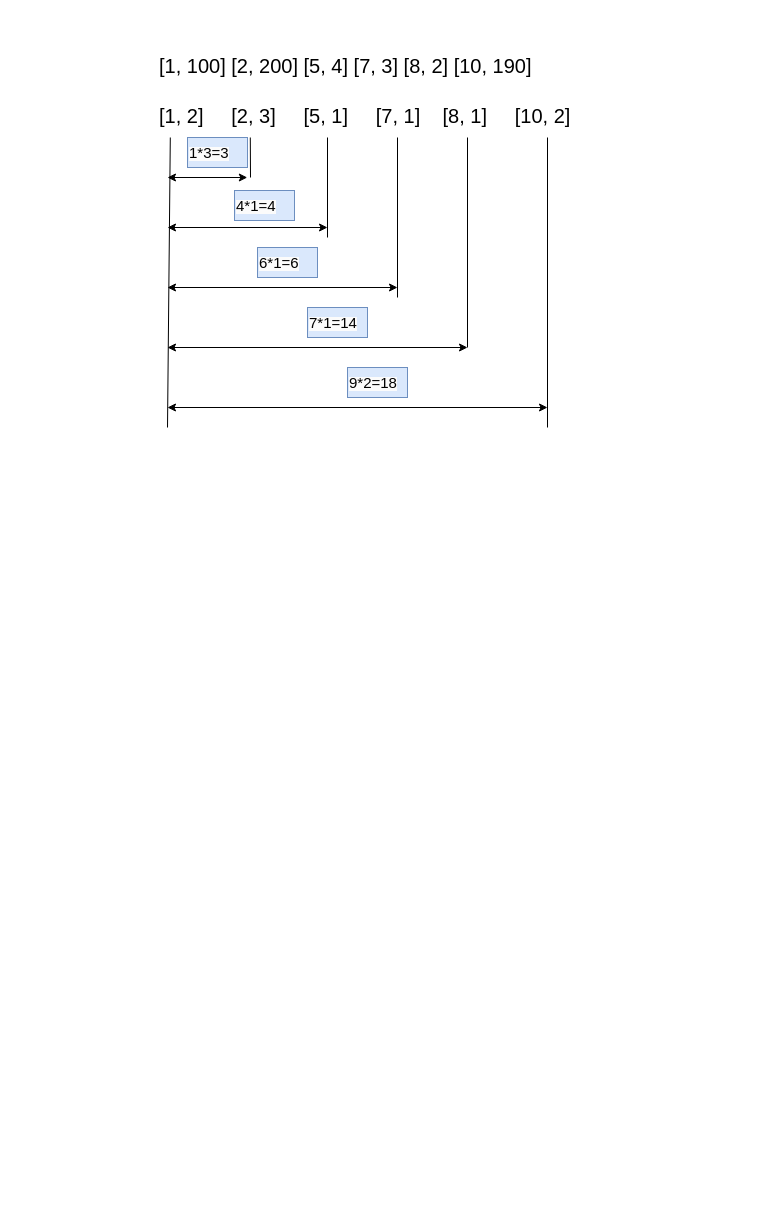
This is 27/32 (медкомпания биоматериал)/Диаграмма без названия.drawio from nesrv/EGE-2024, a draw.io file, before an edit. Source tidied: cells renumbered, new cells numbered last; positions are measured from the earlier drawing's top-left corner, leaving out a move shared by most shapes. Both pictures are drawn from the tidied source at 100%, with x=0, y=0 at pixel (157, 47).
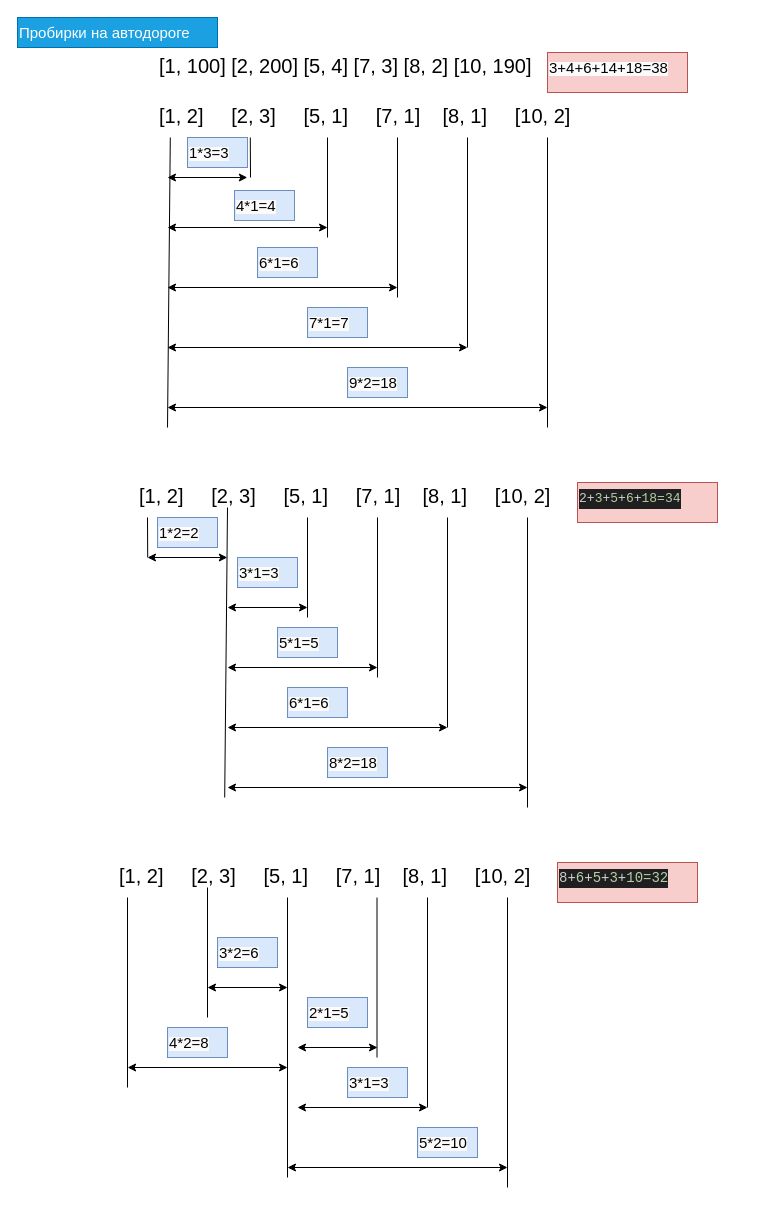
Above is the later version.

Diff of the diagram source:
```diff
@@
-    <mxCell id="18" value="&lt;span style=&quot;color: rgb(0, 0, 0); font-family: Helvetica; font-style: normal; font-variant-ligatures: normal; font-variant-caps: normal; font-weight: 400; letter-spacing: normal; orphans: 2; text-align: left; text-indent: 0px; text-transform: none; widows: 2; word-spacing: 0px; -webkit-text-stroke-width: 0px; background-color: rgb(251, 251, 251); text-decoration-thickness: initial; text-decoration-style: initial; text-decoration-color: initial; float: none; display: inline !important;&quot;&gt;&lt;font style=&quot;font-size: 15px;&quot;&gt;7*1=14&lt;/font&gt;&lt;/span&gt;" style="text;whiteSpace=wrap;html=1;fillColor=#dae8fc;strokeColor=#6c8ebf;" parent="1" vertex="1">
+    <mxCell id="18" value="&lt;span style=&quot;color: rgb(0, 0, 0); font-family: Helvetica; font-style: normal; font-variant-ligatures: normal; font-variant-caps: normal; font-weight: 400; letter-spacing: normal; orphans: 2; text-align: left; text-indent: 0px; text-transform: none; widows: 2; word-spacing: 0px; -webkit-text-stroke-width: 0px; background-color: rgb(251, 251, 251); text-decoration-thickness: initial; text-decoration-style: initial; text-decoration-color: initial; float: none; display: inline !important;&quot;&gt;&lt;font style=&quot;font-size: 15px;&quot;&gt;7*1=7&lt;/font&gt;&lt;/span&gt;" style="text;whiteSpace=wrap;html=1;fillColor=#dae8fc;strokeColor=#6c8ebf;" parent="1" vertex="1">
       <mxGeometry x="150" y="260" width="60" height="30" as="geometry" />
     </mxCell>
@@
+    <mxCell id="20" value="&lt;span style=&quot;color: rgb(0, 0, 0); font-family: Helvetica; font-style: normal; font-variant-ligatures: normal; font-variant-caps: normal; font-weight: 400; letter-spacing: normal; orphans: 2; text-align: left; text-indent: 0px; text-transform: none; widows: 2; word-spacing: 0px; -webkit-text-stroke-width: 0px; background-color: rgb(251, 251, 251); text-decoration-thickness: initial; text-decoration-style: initial; text-decoration-color: initial; float: none; display: inline !important;&quot;&gt;&lt;font style=&quot;font-size: 15px;&quot;&gt;3+4+6+14+18=38&lt;/font&gt;&lt;/span&gt;" style="text;whiteSpace=wrap;html=1;fillColor=#f8cecc;strokeColor=#b85450;" parent="1" vertex="1">
+      <mxGeometry x="390" y="5" width="140" height="40" as="geometry" />
+    </mxCell>
+    <mxCell id="21" value="[1, 2]     [2, 3]     [5, 1]     [7, 1]    [8, 1]     [10, 2]" style="text;whiteSpace=wrap;fontSize=20;" parent="1" vertex="1">
+      <mxGeometry x="-20" y="430" width="600" height="50" as="geometry" />
+    </mxCell>
+    <mxCell id="22" style="endArrow=classic;startArrow=classic;html=1;rounded=0;exitX=0.017;exitY=1.04;exitDx=0;exitDy=0;exitPerimeter=0;" parent="1" edge="1">
+      <mxGeometry relative="1" as="geometry">
+        <mxPoint x="-10" y="510" as="sourcePoint" />
+        <mxPoint x="69.8" y="510" as="targetPoint" />
+      </mxGeometry>
+    </mxCell>
+    <mxCell id="23" style="endArrow=none;html=1;rounded=0;entryX=0.038;entryY=1.08;entryDx=0;entryDy=0;entryPerimeter=0;" parent="1" edge="1">
+      <mxGeometry relative="1" as="geometry">
+        <mxPoint x="67.2" y="750" as="sourcePoint" />
+        <mxPoint x="70" y="460" as="targetPoint" />
+      </mxGeometry>
+    </mxCell>
+    <mxCell id="24" style="endArrow=none;html=1;rounded=0;entryX=0.038;entryY=1.08;entryDx=0;entryDy=0;entryPerimeter=0;" parent="1" edge="1">
+      <mxGeometry relative="1" as="geometry">
+        <mxPoint x="-9.8" y="510" as="sourcePoint" />
+        <mxPoint x="-10" y="470" as="targetPoint" />
+      </mxGeometry>
+    </mxCell>
+    <mxCell id="25" style="endArrow=none;html=1;rounded=0;entryX=0.038;entryY=1.08;entryDx=0;entryDy=0;entryPerimeter=0;" parent="1" edge="1">
+      <mxGeometry relative="1" as="geometry">
+        <mxPoint x="150" y="570" as="sourcePoint" />
+        <mxPoint x="150" y="470" as="targetPoint" />
+      </mxGeometry>
+    </mxCell>
+    <mxCell id="26" style="endArrow=none;html=1;rounded=0;entryX=0.038;entryY=1.08;entryDx=0;entryDy=0;entryPerimeter=0;" parent="1" edge="1">
+      <mxGeometry relative="1" as="geometry">
+        <mxPoint x="220" y="630" as="sourcePoint" />
+        <mxPoint x="220" y="470" as="targetPoint" />
+      </mxGeometry>
+    </mxCell>
+    <mxCell id="27" style="endArrow=none;html=1;rounded=0;entryX=0.038;entryY=1.08;entryDx=0;entryDy=0;entryPerimeter=0;" parent="1" edge="1">
+      <mxGeometry relative="1" as="geometry">
+        <mxPoint x="290" y="680" as="sourcePoint" />
+        <mxPoint x="290" y="470" as="targetPoint" />
+      </mxGeometry>
+    </mxCell>
+    <mxCell id="28" style="endArrow=none;html=1;rounded=0;entryX=0.038;entryY=1.08;entryDx=0;entryDy=0;entryPerimeter=0;" parent="1" edge="1">
+      <mxGeometry relative="1" as="geometry">
+        <mxPoint x="370" y="760" as="sourcePoint" />
+        <mxPoint x="370" y="470" as="targetPoint" />
+      </mxGeometry>
+    </mxCell>
+    <mxCell id="29" style="endArrow=classic;startArrow=classic;html=1;rounded=0;" parent="1" edge="1">
+      <mxGeometry relative="1" as="geometry">
+        <mxPoint x="70" y="560" as="sourcePoint" />
+        <mxPoint x="150" y="560" as="targetPoint" />
+      </mxGeometry>
+    </mxCell>
+    <mxCell id="30" style="endArrow=classic;startArrow=classic;html=1;rounded=0;" parent="1" edge="1">
+      <mxGeometry relative="1" as="geometry">
+        <mxPoint x="70" y="620" as="sourcePoint" />
+        <mxPoint x="220" y="620" as="targetPoint" />
+      </mxGeometry>
+    </mxCell>
+    <mxCell id="31" style="endArrow=classic;startArrow=classic;html=1;rounded=0;" parent="1" edge="1">
+      <mxGeometry relative="1" as="geometry">
+        <mxPoint x="70" y="680" as="sourcePoint" />
+        <mxPoint x="290" y="680" as="targetPoint" />
+      </mxGeometry>
+    </mxCell>
+    <mxCell id="32" style="endArrow=classic;startArrow=classic;html=1;rounded=0;" parent="1" edge="1">
+      <mxGeometry relative="1" as="geometry">
+        <mxPoint x="70" y="740" as="sourcePoint" />
+        <mxPoint x="370" y="740" as="targetPoint" />
+      </mxGeometry>
+    </mxCell>
+    <mxCell id="33" value="&lt;span style=&quot;color: rgb(0, 0, 0); font-family: Helvetica; font-style: normal; font-variant-ligatures: normal; font-variant-caps: normal; font-weight: 400; letter-spacing: normal; orphans: 2; text-align: left; text-indent: 0px; text-transform: none; widows: 2; word-spacing: 0px; -webkit-text-stroke-width: 0px; background-color: rgb(251, 251, 251); text-decoration-thickness: initial; text-decoration-style: initial; text-decoration-color: initial; float: none; display: inline !important;&quot;&gt;&lt;font style=&quot;font-size: 15px;&quot;&gt;1*2=2&lt;/font&gt;&lt;/span&gt;" style="text;whiteSpace=wrap;html=1;fillColor=#dae8fc;strokeColor=#6c8ebf;" parent="1" vertex="1">
+      <mxGeometry y="470" width="60" height="30" as="geometry" />
+    </mxCell>
+    <mxCell id="34" value="&lt;span style=&quot;color: rgb(0, 0, 0); font-family: Helvetica; font-style: normal; font-variant-ligatures: normal; font-variant-caps: normal; font-weight: 400; letter-spacing: normal; orphans: 2; text-align: left; text-indent: 0px; text-transform: none; widows: 2; word-spacing: 0px; -webkit-text-stroke-width: 0px; background-color: rgb(251, 251, 251); text-decoration-thickness: initial; text-decoration-style: initial; text-decoration-color: initial; float: none; display: inline !important;&quot;&gt;&lt;font style=&quot;font-size: 15px;&quot;&gt;5*1=5&lt;/font&gt;&lt;/span&gt;" style="text;whiteSpace=wrap;html=1;fillColor=#dae8fc;strokeColor=#6c8ebf;" parent="1" vertex="1">
+      <mxGeometry x="120" y="580" width="60" height="30" as="geometry" />
+    </mxCell>
+    <mxCell id="35" value="&lt;span style=&quot;color: rgb(0, 0, 0); font-family: Helvetica; font-style: normal; font-variant-ligatures: normal; font-variant-caps: normal; font-weight: 400; letter-spacing: normal; orphans: 2; text-align: left; text-indent: 0px; text-transform: none; widows: 2; word-spacing: 0px; -webkit-text-stroke-width: 0px; background-color: rgb(251, 251, 251); text-decoration-thickness: initial; text-decoration-style: initial; text-decoration-color: initial; float: none; display: inline !important;&quot;&gt;&lt;font style=&quot;font-size: 15px;&quot;&gt;3*1=3&lt;/font&gt;&lt;/span&gt;" style="text;whiteSpace=wrap;html=1;fillColor=#dae8fc;strokeColor=#6c8ebf;" parent="1" vertex="1">
+      <mxGeometry x="80" y="510" width="60" height="30" as="geometry" />
+    </mxCell>
+    <mxCell id="36" value="&lt;span style=&quot;color: rgb(0, 0, 0); font-family: Helvetica; font-style: normal; font-variant-ligatures: normal; font-variant-caps: normal; font-weight: 400; letter-spacing: normal; orphans: 2; text-align: left; text-indent: 0px; text-transform: none; widows: 2; word-spacing: 0px; -webkit-text-stroke-width: 0px; background-color: rgb(251, 251, 251); text-decoration-thickness: initial; text-decoration-style: initial; text-decoration-color: initial; float: none; display: inline !important;&quot;&gt;&lt;font style=&quot;font-size: 15px;&quot;&gt;6*1=6&lt;/font&gt;&lt;/span&gt;" style="text;whiteSpace=wrap;html=1;fillColor=#dae8fc;strokeColor=#6c8ebf;" parent="1" vertex="1">
+      <mxGeometry x="130" y="640" width="60" height="30" as="geometry" />
+    </mxCell>
+    <mxCell id="37" value="&lt;span style=&quot;color: rgb(0, 0, 0); font-family: Helvetica; font-style: normal; font-variant-ligatures: normal; font-variant-caps: normal; font-weight: 400; letter-spacing: normal; orphans: 2; text-align: left; text-indent: 0px; text-transform: none; widows: 2; word-spacing: 0px; -webkit-text-stroke-width: 0px; background-color: rgb(251, 251, 251); text-decoration-thickness: initial; text-decoration-style: initial; text-decoration-color: initial; float: none; display: inline !important;&quot;&gt;&lt;font style=&quot;font-size: 15px;&quot;&gt;8*2=18&lt;/font&gt;&lt;/span&gt;" style="text;whiteSpace=wrap;html=1;fillColor=#dae8fc;strokeColor=#6c8ebf;" parent="1" vertex="1">
+      <mxGeometry x="170" y="700" width="60" height="30" as="geometry" />
+    </mxCell>
+    <mxCell id="38" value="&lt;div style=&quot;color: rgb(204, 204, 204); background-color: rgb(31, 31, 31); font-family: Consolas, &amp;quot;Courier New&amp;quot;, monospace; line-height: 19px;&quot;&gt;&lt;span style=&quot;font-size: 13px;&quot;&gt;2&lt;span style=&quot;color: #d4d4d4;&quot;&gt;+&lt;/span&gt;&lt;span style=&quot;color: #b5cea8;&quot;&gt;3&lt;/span&gt;&lt;span style=&quot;color: #d4d4d4;&quot;&gt;+&lt;/span&gt;&lt;span style=&quot;color: #b5cea8;&quot;&gt;5&lt;/span&gt;&lt;span style=&quot;color: #d4d4d4;&quot;&gt;+&lt;/span&gt;&lt;span style=&quot;color: #b5cea8;&quot;&gt;6&lt;/span&gt;&lt;span style=&quot;color: #d4d4d4;&quot;&gt;+&lt;/span&gt;&lt;span style=&quot;color: #b5cea8;&quot;&gt;18=34&lt;/span&gt;&lt;/span&gt;&lt;/div&gt;" style="text;whiteSpace=wrap;html=1;fillColor=#f8cecc;strokeColor=#b85450;" parent="1" vertex="1">
+      <mxGeometry x="420" y="435" width="140" height="40" as="geometry" />
+    </mxCell>
+    <mxCell id="39" value="&lt;span style=&quot;font-size: 15px;&quot;&gt;Пробирки на автодороге&lt;/span&gt;" style="text;whiteSpace=wrap;html=1;fillColor=#1ba1e2;strokeColor=#006EAF;fontColor=#ffffff;" parent="1" vertex="1">
+      <mxGeometry x="-140" y="-30" width="200" height="30" as="geometry" />
+    </mxCell>
+    <mxCell id="40" value="[1, 2]     [2, 3]     [5, 1]     [7, 1]    [8, 1]     [10, 2]" style="text;whiteSpace=wrap;fontSize=20;" parent="1" vertex="1">
+      <mxGeometry x="-40" y="810" width="600" height="50" as="geometry" />
+    </mxCell>
+    <mxCell id="41" style="endArrow=classic;startArrow=classic;html=1;rounded=0;exitX=0.017;exitY=1.04;exitDx=0;exitDy=0;exitPerimeter=0;" parent="1" edge="1">
+      <mxGeometry relative="1" as="geometry">
+        <mxPoint x="-29.9" y="1020" as="sourcePoint" />
+        <mxPoint x="130" y="1020" as="targetPoint" />
+      </mxGeometry>
+    </mxCell>
+    <mxCell id="42" style="endArrow=none;html=1;rounded=0;entryX=0.038;entryY=1.08;entryDx=0;entryDy=0;entryPerimeter=0;" parent="1" edge="1">
+      <mxGeometry relative="1" as="geometry">
+        <mxPoint x="50" y="970" as="sourcePoint" />
+        <mxPoint x="50" y="840" as="targetPoint" />
+      </mxGeometry>
+    </mxCell>
+    <mxCell id="43" style="endArrow=none;html=1;rounded=0;entryX=0.038;entryY=1.08;entryDx=0;entryDy=0;entryPerimeter=0;" parent="1" edge="1">
+      <mxGeometry relative="1" as="geometry">
+        <mxPoint x="-30" y="1040" as="sourcePoint" />
+        <mxPoint x="-30" y="850" as="targetPoint" />
+      </mxGeometry>
+    </mxCell>
+    <mxCell id="44" style="endArrow=none;html=1;rounded=0;entryX=0.038;entryY=1.08;entryDx=0;entryDy=0;entryPerimeter=0;" parent="1" edge="1">
+      <mxGeometry relative="1" as="geometry">
+        <mxPoint x="130" y="1130" as="sourcePoint" />
+        <mxPoint x="130" y="850" as="targetPoint" />
+      </mxGeometry>
+    </mxCell>
+    <mxCell id="45" style="endArrow=none;html=1;rounded=0;entryX=0.038;entryY=1.08;entryDx=0;entryDy=0;entryPerimeter=0;" parent="1" edge="1">
+      <mxGeometry relative="1" as="geometry">
+        <mxPoint x="219.5" y="1010" as="sourcePoint" />
+        <mxPoint x="219.5" y="850" as="targetPoint" />
+      </mxGeometry>
+    </mxCell>
+    <mxCell id="46" style="endArrow=none;html=1;rounded=0;entryX=0.038;entryY=1.08;entryDx=0;entryDy=0;entryPerimeter=0;" parent="1" edge="1">
+      <mxGeometry relative="1" as="geometry">
+        <mxPoint x="270" y="1060" as="sourcePoint" />
+        <mxPoint x="270" y="850" as="targetPoint" />
+      </mxGeometry>
+    </mxCell>
+    <mxCell id="47" style="endArrow=none;html=1;rounded=0;entryX=0.038;entryY=1.08;entryDx=0;entryDy=0;entryPerimeter=0;" parent="1" edge="1">
+      <mxGeometry relative="1" as="geometry">
+        <mxPoint x="350" y="1140" as="sourcePoint" />
+        <mxPoint x="350" y="850" as="targetPoint" />
+      </mxGeometry>
+    </mxCell>
+    <mxCell id="48" style="endArrow=classic;startArrow=classic;html=1;rounded=0;" parent="1" edge="1">
+      <mxGeometry relative="1" as="geometry">
+        <mxPoint x="50" y="940" as="sourcePoint" />
+        <mxPoint x="130" y="940" as="targetPoint" />
+      </mxGeometry>
+    </mxCell>
+    <mxCell id="49" style="endArrow=classic;startArrow=classic;html=1;rounded=0;" parent="1" edge="1">
+      <mxGeometry relative="1" as="geometry">
+        <mxPoint x="140" y="1000" as="sourcePoint" />
+        <mxPoint x="220" y="1000" as="targetPoint" />
+      </mxGeometry>
+    </mxCell>
+    <mxCell id="50" style="endArrow=classic;startArrow=classic;html=1;rounded=0;" parent="1" edge="1">
+      <mxGeometry relative="1" as="geometry">
+        <mxPoint x="140" y="1060" as="sourcePoint" />
+        <mxPoint x="270" y="1060" as="targetPoint" />
+      </mxGeometry>
+    </mxCell>
+    <mxCell id="51" style="endArrow=classic;startArrow=classic;html=1;rounded=0;" parent="1" edge="1">
+      <mxGeometry relative="1" as="geometry">
+        <mxPoint x="130" y="1120" as="sourcePoint" />
+        <mxPoint x="350" y="1120" as="targetPoint" />
+      </mxGeometry>
+    </mxCell>
+    <mxCell id="52" value="&lt;span style=&quot;color: rgb(0, 0, 0); font-family: Helvetica; font-style: normal; font-variant-ligatures: normal; font-variant-caps: normal; font-weight: 400; letter-spacing: normal; orphans: 2; text-align: left; text-indent: 0px; text-transform: none; widows: 2; word-spacing: 0px; -webkit-text-stroke-width: 0px; background-color: rgb(251, 251, 251); text-decoration-thickness: initial; text-decoration-style: initial; text-decoration-color: initial; float: none; display: inline !important;&quot;&gt;&lt;font style=&quot;font-size: 15px;&quot;&gt;4*2=8&lt;/font&gt;&lt;/span&gt;" style="text;whiteSpace=wrap;html=1;fillColor=#dae8fc;strokeColor=#6c8ebf;" parent="1" vertex="1">
+      <mxGeometry x="10" y="980" width="60" height="30" as="geometry" />
+    </mxCell>
+    <mxCell id="53" value="&lt;span style=&quot;color: rgb(0, 0, 0); font-family: Helvetica; font-style: normal; font-variant-ligatures: normal; font-variant-caps: normal; font-weight: 400; letter-spacing: normal; orphans: 2; text-align: left; text-indent: 0px; text-transform: none; widows: 2; word-spacing: 0px; -webkit-text-stroke-width: 0px; background-color: rgb(251, 251, 251); text-decoration-thickness: initial; text-decoration-style: initial; text-decoration-color: initial; float: none; display: inline !important;&quot;&gt;&lt;font style=&quot;font-size: 15px;&quot;&gt;2*1=5&lt;/font&gt;&lt;/span&gt;" style="text;whiteSpace=wrap;html=1;fillColor=#dae8fc;strokeColor=#6c8ebf;" parent="1" vertex="1">
+      <mxGeometry x="150" y="950" width="60" height="30" as="geometry" />
+    </mxCell>
+    <mxCell id="54" value="&lt;span style=&quot;color: rgb(0, 0, 0); font-family: Helvetica; font-style: normal; font-variant-ligatures: normal; font-variant-caps: normal; font-weight: 400; letter-spacing: normal; orphans: 2; text-align: left; text-indent: 0px; text-transform: none; widows: 2; word-spacing: 0px; -webkit-text-stroke-width: 0px; background-color: rgb(251, 251, 251); text-decoration-thickness: initial; text-decoration-style: initial; text-decoration-color: initial; float: none; display: inline !important;&quot;&gt;&lt;font style=&quot;font-size: 15px;&quot;&gt;3*2=6&lt;/font&gt;&lt;/span&gt;" style="text;whiteSpace=wrap;html=1;fillColor=#dae8fc;strokeColor=#6c8ebf;" parent="1" vertex="1">
+      <mxGeometry x="60" y="890" width="60" height="30" as="geometry" />
+    </mxCell>
+    <mxCell id="55" value="&lt;span style=&quot;color: rgb(0, 0, 0); font-family: Helvetica; font-style: normal; font-variant-ligatures: normal; font-variant-caps: normal; font-weight: 400; letter-spacing: normal; orphans: 2; text-align: left; text-indent: 0px; text-transform: none; widows: 2; word-spacing: 0px; -webkit-text-stroke-width: 0px; background-color: rgb(251, 251, 251); text-decoration-thickness: initial; text-decoration-style: initial; text-decoration-color: initial; float: none; display: inline !important;&quot;&gt;&lt;font style=&quot;font-size: 15px;&quot;&gt;3*1=3&lt;/font&gt;&lt;/span&gt;" style="text;whiteSpace=wrap;html=1;fillColor=#dae8fc;strokeColor=#6c8ebf;" parent="1" vertex="1">
+      <mxGeometry x="190" y="1020" width="60" height="30" as="geometry" />
+    </mxCell>
+    <mxCell id="56" value="&lt;span style=&quot;color: rgb(0, 0, 0); font-family: Helvetica; font-style: normal; font-variant-ligatures: normal; font-variant-caps: normal; font-weight: 400; letter-spacing: normal; orphans: 2; text-align: left; text-indent: 0px; text-transform: none; widows: 2; word-spacing: 0px; -webkit-text-stroke-width: 0px; background-color: rgb(251, 251, 251); text-decoration-thickness: initial; text-decoration-style: initial; text-decoration-color: initial; float: none; display: inline !important;&quot;&gt;&lt;font style=&quot;font-size: 15px;&quot;&gt;5*2=10&lt;/font&gt;&lt;/span&gt;" style="text;whiteSpace=wrap;html=1;fillColor=#dae8fc;strokeColor=#6c8ebf;" parent="1" vertex="1">
+      <mxGeometry x="260" y="1080" width="60" height="30" as="geometry" />
+    </mxCell>
+    <mxCell id="57" value="&lt;div style=&quot;color: rgb(204, 204, 204); background-color: rgb(31, 31, 31); font-family: Consolas, &amp;quot;Courier New&amp;quot;, monospace; line-height: 19px;&quot;&gt;&lt;div style=&quot;font-size: 14px; line-height: 19px;&quot;&gt;8&lt;span style=&quot;color: #d4d4d4;&quot;&gt;+&lt;/span&gt;&lt;span style=&quot;color: #b5cea8;&quot;&gt;6&lt;/span&gt;&lt;span style=&quot;color: #d4d4d4;&quot;&gt;+&lt;/span&gt;&lt;span style=&quot;color: #b5cea8;&quot;&gt;5&lt;/span&gt;&lt;span style=&quot;color: #d4d4d4;&quot;&gt;+&lt;/span&gt;&lt;span style=&quot;color: #b5cea8;&quot;&gt;3&lt;/span&gt;&lt;span style=&quot;color: #d4d4d4;&quot;&gt;+&lt;/span&gt;&lt;span style=&quot;color: #b5cea8;&quot;&gt;10=32&lt;/span&gt;&lt;/div&gt;&lt;/div&gt;" style="text;whiteSpace=wrap;html=1;fillColor=#f8cecc;strokeColor=#b85450;" parent="1" vertex="1">
+      <mxGeometry x="400" y="815" width="140" height="40" as="geometry" />
+    </mxCell>
```
